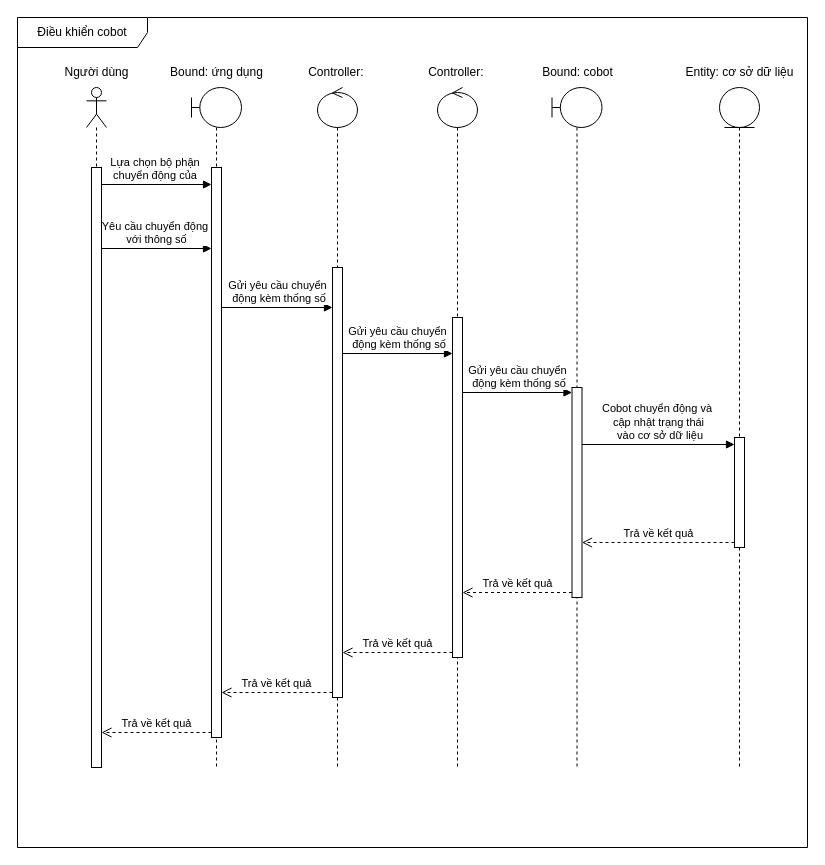
Above: page "Trang-2" (2 of 4) of sequence_diagram.drawio in LTDat-HustK65/main-system (draw.io), before the change. Source tidied: cells renumbered, new cells numbered last; positions are measured from the earlier drawing's top-left corner, leaving out a move shared by most shapes. Both pictures are drawn from the tidied source at 100%, with x=0, y=0 at pixel (17, 17).
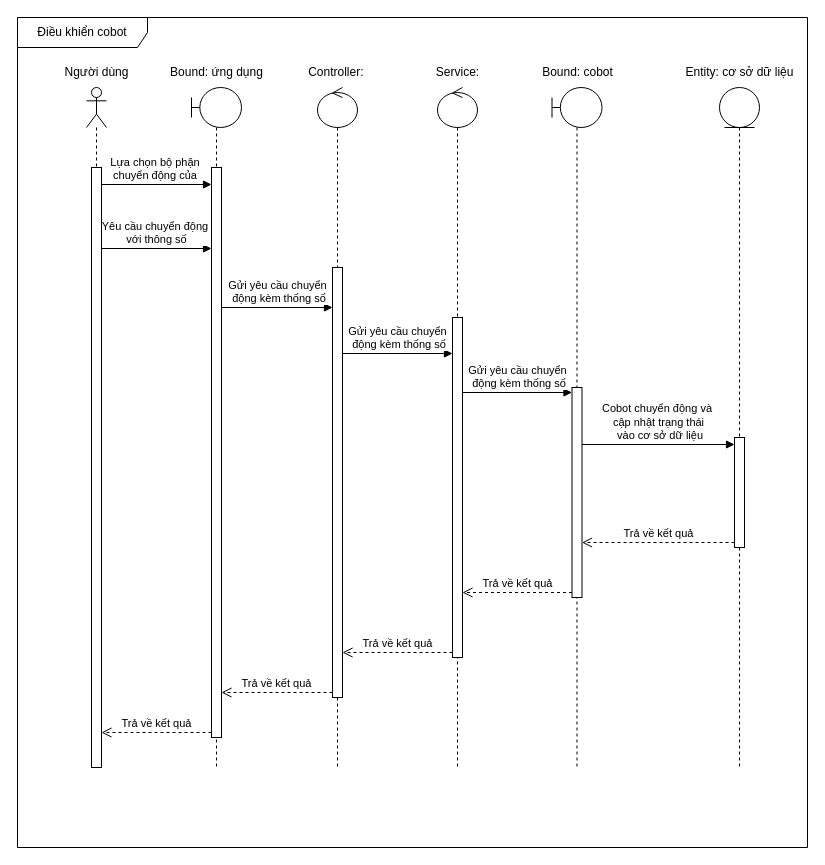
After the change.

The edit, as a diff of the source:
```diff
@@
-    <mxCell id="13" value="Controller:&amp;nbsp;" style="text;html=1;align=center;verticalAlign=middle;strokeColor=none;fillColor=none;" parent="1" vertex="1">
-      <mxGeometry x="400" y="40" width="80" height="30" as="geometry" />
+    <mxCell id="13" value="Service:" style="text;html=1;align=center;verticalAlign=middle;strokeColor=none;fillColor=none;" parent="1" vertex="1">
+      <mxGeometry x="405" y="40" width="70" height="30" as="geometry" />
     </mxCell>
```
